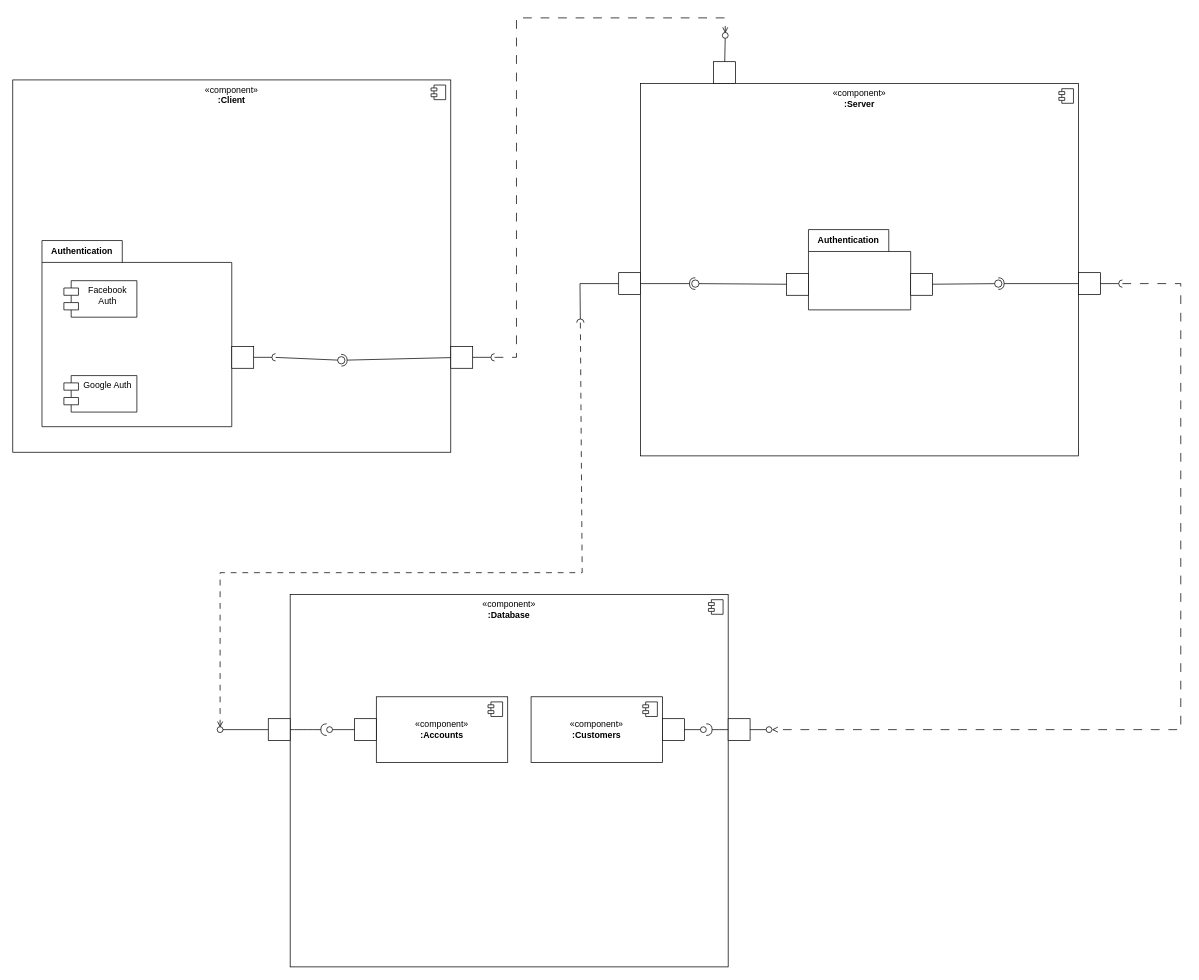
This is des/GRVD-ARCHITECTURE_DIAGRAM-V1.0.drawio from Innovator-Software-Bteam/graviad, a draw.io file, before an edit. Source tidied: cells renumbered, new cells numbered last; positions are measured from the earlier drawing's top-left corner, leaving out a move shared by most shapes. Both pictures are drawn from the tidied source at 73%, with x=0, y=0 at pixel (12, 18).
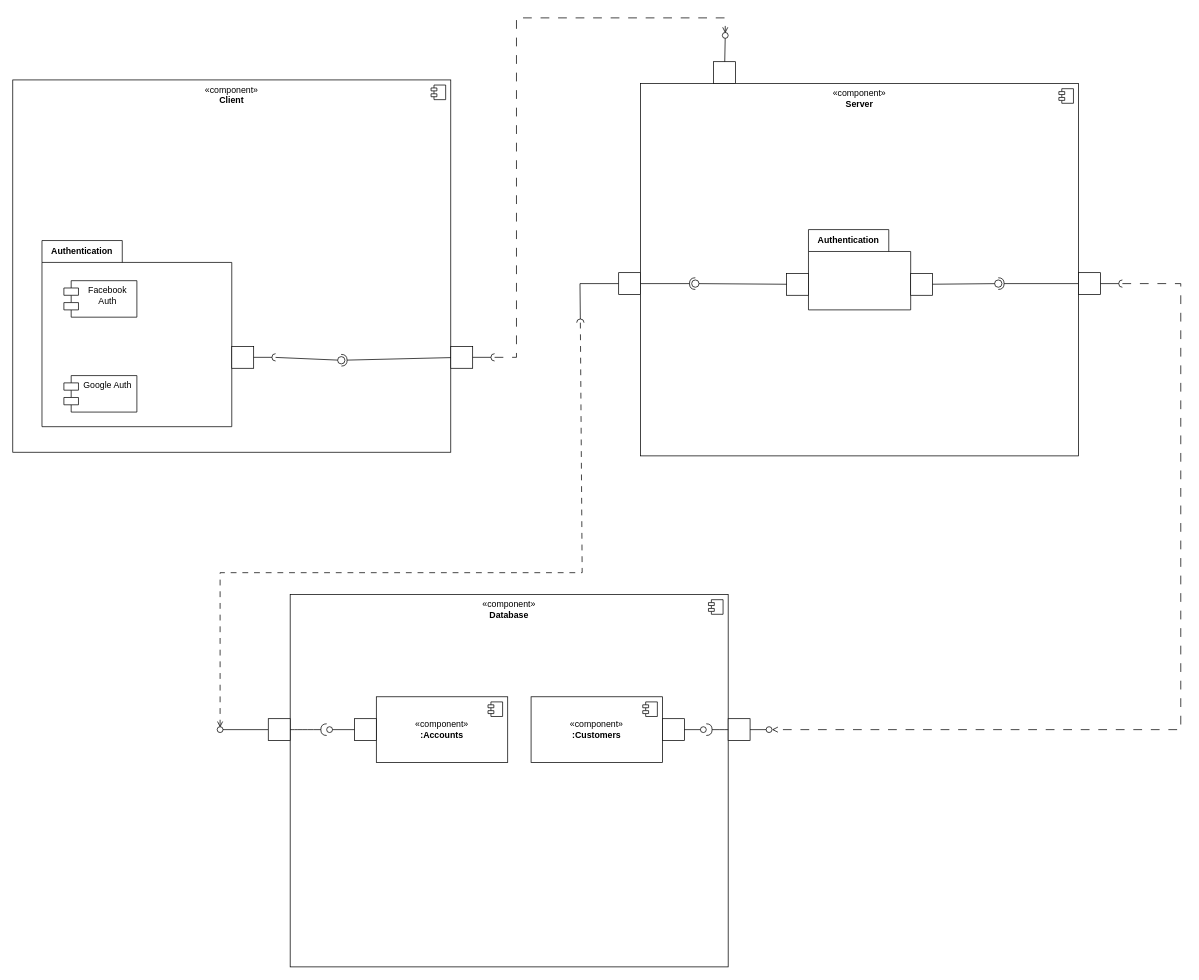
The same page after the edit.

The edit, as a diff of the source:
```diff
@@
-    <mxCell id="2" value="«component»&lt;br&gt;&lt;b&gt;:Server&lt;/b&gt;" style="html=1;whiteSpace=wrap;verticalAlign=top;movableLabel=0;" parent="1" vertex="1">
+    <mxCell id="2" value="«component»&lt;br&gt;&lt;b&gt;Server&lt;/b&gt;" style="html=1;whiteSpace=wrap;verticalAlign=top;movableLabel=0;" parent="1" vertex="1">
       <mxGeometry x="860" y="90" width="600" height="510" as="geometry" />
     </mxCell>
@@
-    <mxCell id="8" value="«component»&lt;br&gt;&lt;b&gt;:Client&lt;/b&gt;" style="html=1;whiteSpace=wrap;verticalAlign=top;movableLabel=0;" parent="1" vertex="1">
+    <mxCell id="8" value="«component»&lt;br&gt;&lt;b&gt;Client&lt;/b&gt;" style="html=1;whiteSpace=wrap;verticalAlign=top;movableLabel=0;" parent="1" vertex="1">
       <mxGeometry y="85" width="600" height="510" as="geometry" />
     </mxCell>
@@
-    <mxCell id="19" value="«component»&lt;br&gt;&lt;b&gt;:Database&lt;/b&gt;" style="html=1;whiteSpace=wrap;verticalAlign=top;movableLabel=0;" parent="1" vertex="1">
+    <mxCell id="19" value="«component»&lt;br&gt;&lt;b&gt;Database&lt;/b&gt;" style="html=1;whiteSpace=wrap;verticalAlign=top;movableLabel=0;" parent="1" vertex="1">
       <mxGeometry x="380" y="790" width="600" height="510" as="geometry" />
     </mxCell>
```
